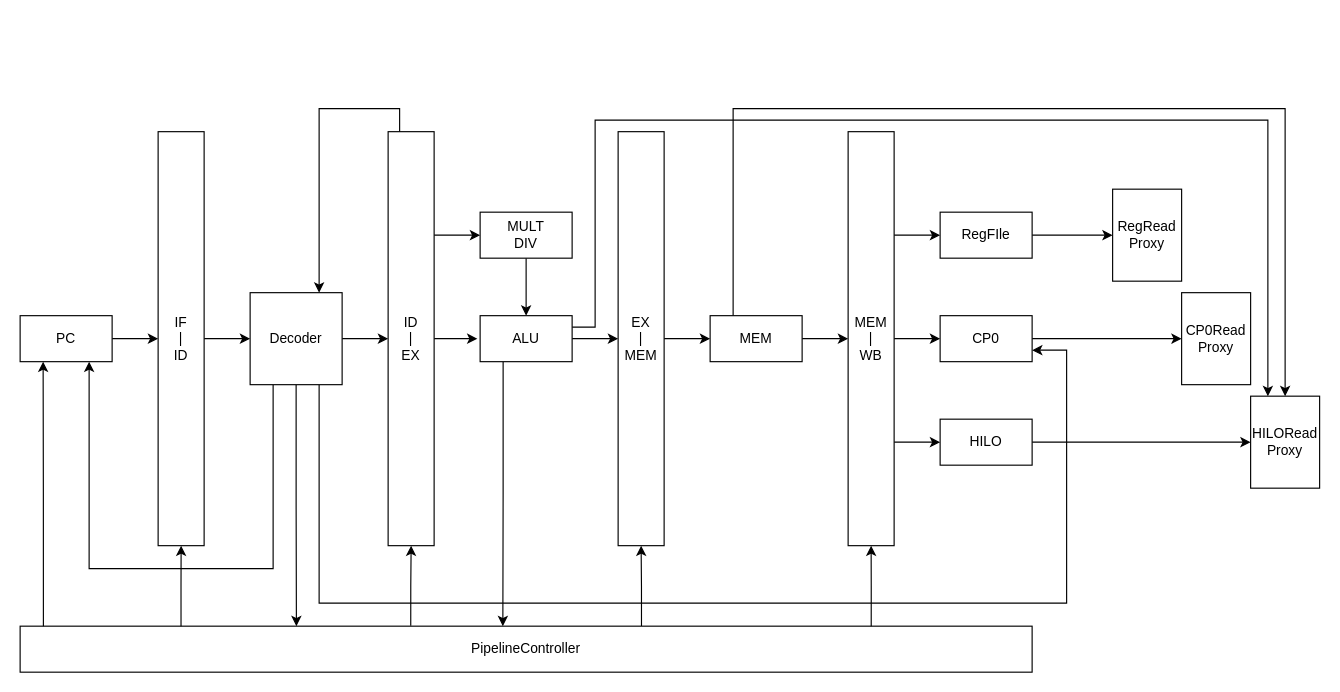
This is CS/TinyMIPS/TinyMIPSIII.drawio from umiskky/Diagrams, a draw.io file, before an edit. Source tidied: cells renumbered, new cells numbered last; positions are measured from the earlier drawing's top-left corner, leaving out a move shared by most shapes. Both pictures are drawn from the tidied source at 115%, with x=0, y=0 at pixel (20, 108).
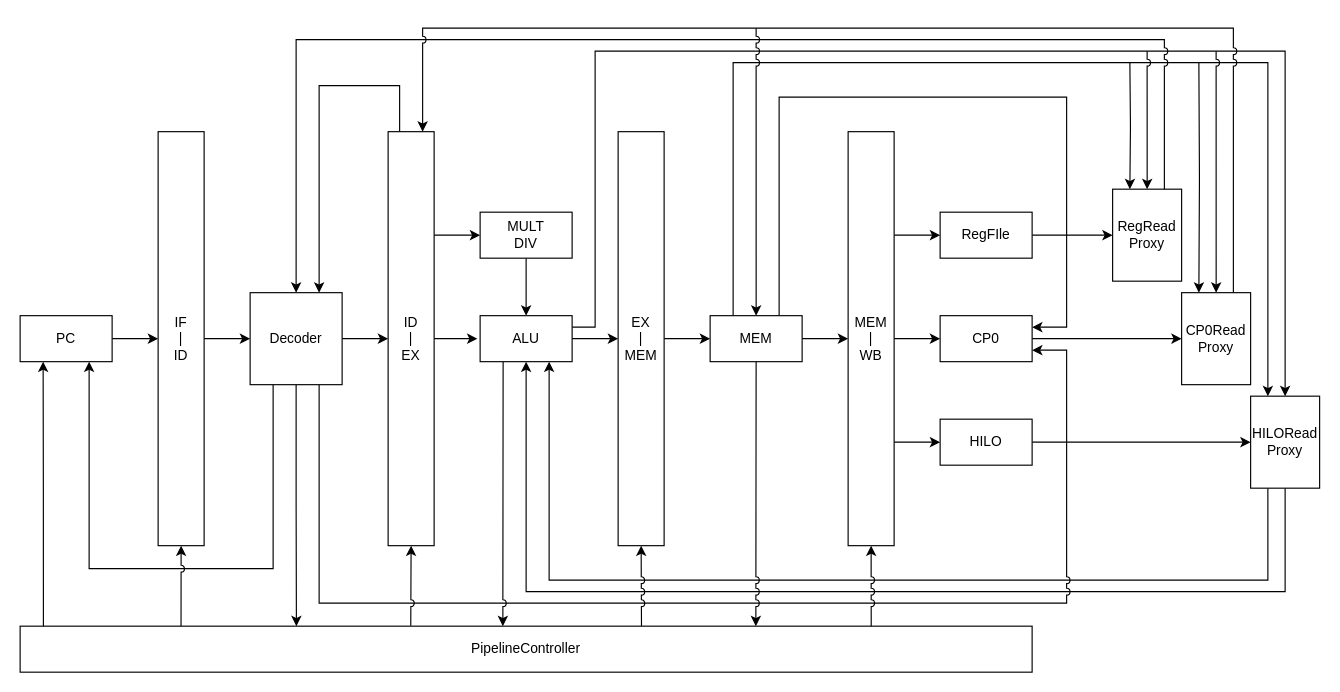
After the change.

The change refers to these unchanged cells:
```xml
<mxCell id="2" value="PipelineController" style="rounded=0;whiteSpace=wrap;html=1;direction=south;" parent="1" vertex="1">
  <mxGeometry y="450" width="880" height="40" as="geometry" />
</mxCell>
<mxCell id="5" value="PC" style="rounded=0;whiteSpace=wrap;html=1;" parent="1" vertex="1">
  <mxGeometry y="180" width="80" height="40" as="geometry" />
</mxCell>
<mxCell id="8" value="IF&lt;br&gt;|&lt;br&gt;ID" style="rounded=0;whiteSpace=wrap;html=1;" parent="1" vertex="1">
  <mxGeometry x="120" y="20" width="40" height="360" as="geometry" />
</mxCell>
<mxCell id="13" value="ID&lt;br&gt;|&lt;br&gt;EX" style="rounded=0;whiteSpace=wrap;html=1;" parent="1" vertex="1">
  <mxGeometry x="320" y="20" width="40" height="360" as="geometry" />
</mxCell>
<mxCell id="16" value="EX&lt;br&gt;|&lt;br&gt;MEM" style="rounded=0;whiteSpace=wrap;html=1;" parent="1" vertex="1">
  <mxGeometry x="520" y="20" width="40" height="360" as="geometry" />
</mxCell>
<mxCell id="21" value="MEM&lt;br&gt;|&lt;br&gt;WB" style="rounded=0;whiteSpace=wrap;html=1;" parent="1" vertex="1">
  <mxGeometry x="720" y="20" width="40" height="360" as="geometry" />
</mxCell>
<mxCell id="26" value="Decoder" style="rounded=0;whiteSpace=wrap;html=1;" parent="1" vertex="1">
  <mxGeometry x="200" y="160" width="80" height="80" as="geometry" />
</mxCell>
<mxCell id="32" value="ALU" style="rounded=0;whiteSpace=wrap;html=1;" parent="1" vertex="1">
  <mxGeometry x="400" y="180" width="80" height="40" as="geometry" />
</mxCell>
<mxCell id="35" value="MEM" style="rounded=0;whiteSpace=wrap;html=1;" parent="1" vertex="1">
  <mxGeometry x="600" y="180" width="80" height="40" as="geometry" />
</mxCell>
<mxCell id="39" value="CP0" style="rounded=0;whiteSpace=wrap;html=1;" parent="1" vertex="1">
  <mxGeometry x="800" y="180" width="80" height="40" as="geometry" />
</mxCell>
<mxCell id="42" value="RegRead&lt;br&gt;Proxy" style="rounded=0;whiteSpace=wrap;html=1;" parent="1" vertex="1">
  <mxGeometry x="950" y="70" width="60" height="80" as="geometry" />
</mxCell>
<mxCell id="43" value="CP0Read&lt;br&gt;Proxy" style="rounded=0;whiteSpace=wrap;html=1;" parent="1" vertex="1">
  <mxGeometry x="1010" y="160" width="60" height="80" as="geometry" />
</mxCell>
<mxCell id="44" value="HILORead&lt;br&gt;Proxy" style="rounded=0;whiteSpace=wrap;html=1;" parent="1" vertex="1">
  <mxGeometry x="1070" y="250" width="60" height="80" as="geometry" />
</mxCell>
```

Diff of the diagram source:
```diff
@@
+    <mxCell id="45" style="edgeStyle=orthogonalEdgeStyle;rounded=0;jettySize=auto;html=1;exitX=0.5;exitY=1;exitDx=0;exitDy=0;entryX=0.5;entryY=1;entryDx=0;entryDy=0;" parent="1" edge="1" source="44" target="32">
+      <mxGeometry relative="1" as="geometry">
+        <Array as="points">
+          <mxPoint x="1100" y="420" />
+          <mxPoint x="440" y="420" />
+        </Array>
+      </mxGeometry>
+    </mxCell>
+    <mxCell id="46" style="edgeStyle=orthogonalEdgeStyle;rounded=0;jettySize=auto;html=1;exitX=0.25;exitY=1;exitDx=0;exitDy=0;entryX=0.75;entryY=1;entryDx=0;entryDy=0;" parent="1" edge="1" source="44" target="32">
+      <mxGeometry relative="1" as="geometry">
+        <Array as="points">
+          <mxPoint x="1085" y="410" />
+          <mxPoint x="460" y="410" />
+        </Array>
+      </mxGeometry>
+    </mxCell>
+    <mxCell id="24" style="edgeStyle=orthogonalEdgeStyle;rounded=0;jettySize=auto;html=1;exitX=0.25;exitY=1;exitDx=0;exitDy=0;entryX=0.75;entryY=1;entryDx=0;entryDy=0;" parent="1" edge="1" source="26" target="5">
+      <mxGeometry relative="1" as="geometry">
+        <Array as="points">
+          <mxPoint x="220" y="400" />
+          <mxPoint x="60" y="400" />
+        </Array>
+      </mxGeometry>
+    </mxCell>
+    <mxCell id="25" style="edgeStyle=orthogonalEdgeStyle;rounded=0;jettySize=auto;html=1;exitX=0.75;exitY=1;exitDx=0;exitDy=0;entryX=1;entryY=0.75;entryDx=0;entryDy=0;jumpStyle=arc;" parent="1" edge="1" source="26" target="39">
+      <mxGeometry relative="1" as="geometry">
+        <Array as="points">
+          <mxPoint x="260" y="430" />
+          <mxPoint x="910" y="430" />
+          <mxPoint x="910" y="210" />
+        </Array>
+      </mxGeometry>
+    </mxCell>
+    <mxCell id="31" style="edgeStyle=orthogonalEdgeStyle;rounded=0;jettySize=auto;html=1;exitX=1;exitY=0.25;exitDx=0;exitDy=0;jumpStyle=arc;" parent="1" edge="1" source="32" target="44">
+      <mxGeometry relative="1" as="geometry">
+        <Array as="points">
+          <mxPoint x="500" y="190" />
+          <mxPoint x="500" y="-50" />
+          <mxPoint x="1100" y="-50" />
+        </Array>
+      </mxGeometry>
+    </mxCell>
+    <mxCell id="34" style="edgeStyle=orthogonalEdgeStyle;rounded=0;jettySize=auto;html=1;exitX=0.25;exitY=0;exitDx=0;exitDy=0;entryX=0.25;entryY=0;entryDx=0;entryDy=0;" parent="1" edge="1" source="35" target="44">
+      <mxGeometry relative="1" as="geometry">
+        <Array as="points">
+          <mxPoint x="620" y="-40" />
+          <mxPoint x="1085" y="-40" />
+        </Array>
+      </mxGeometry>
+    </mxCell>
@@
-    <mxCell id="7" style="edgeStyle=orthogonalEdgeStyle;rounded=0;jettySize=auto;html=1;exitX=0;exitY=0.841;exitDx=0;exitDy=0;entryX=0.5;entryY=1;entryDx=0;entryDy=0;exitPerimeter=0;" parent="1" edge="1" source="2" target="8">
+    <mxCell id="7" style="edgeStyle=orthogonalEdgeStyle;rounded=0;jettySize=auto;html=1;exitX=0;exitY=0.841;exitDx=0;exitDy=0;entryX=0.5;entryY=1;entryDx=0;entryDy=0;exitPerimeter=0;jumpStyle=arc;" parent="1" edge="1" source="2" target="8">
       <mxGeometry relative="1" as="geometry" />
     </mxCell>
@@
-    <mxCell id="11" style="edgeStyle=orthogonalEdgeStyle;rounded=0;jettySize=auto;html=1;exitX=-0.01;exitY=0.614;exitDx=0;exitDy=0;entryX=0.5;entryY=1;entryDx=0;entryDy=0;exitPerimeter=0;" parent="1" edge="1" source="2" target="13">
+    <mxCell id="11" style="edgeStyle=orthogonalEdgeStyle;rounded=0;jettySize=auto;html=1;exitX=-0.01;exitY=0.614;exitDx=0;exitDy=0;entryX=0.5;entryY=1;entryDx=0;entryDy=0;exitPerimeter=0;jumpStyle=arc;" parent="1" edge="1" source="2" target="13">
       <mxGeometry relative="1" as="geometry" />
     </mxCell>
     <mxCell id="12" style="edgeStyle=orthogonalEdgeStyle;rounded=0;jettySize=auto;html=1;exitX=0.25;exitY=0;exitDx=0;exitDy=0;entryX=0.75;entryY=0;entryDx=0;entryDy=0;" parent="1" edge="1" source="13" target="26">
-      <mxGeometry relative="1" as="geometry" />
+      <mxGeometry relative="1" as="geometry">
+        <Array as="points">
+          <mxPoint x="330" y="-20" />
+          <mxPoint x="260" y="-20" />
+        </Array>
+      </mxGeometry>
     </mxCell>
@@
-    <mxCell id="15" style="edgeStyle=orthogonalEdgeStyle;rounded=0;jettySize=auto;html=1;exitX=-0.003;exitY=0.386;exitDx=0;exitDy=0;entryX=0.5;entryY=1;entryDx=0;entryDy=0;exitPerimeter=0;" parent="1" edge="1" source="2" target="16">
+    <mxCell id="15" style="edgeStyle=orthogonalEdgeStyle;rounded=0;jettySize=auto;html=1;exitX=-0.003;exitY=0.386;exitDx=0;exitDy=0;entryX=0.5;entryY=1;entryDx=0;entryDy=0;exitPerimeter=0;jumpStyle=arc;" parent="1" edge="1" source="2" target="16">
       <mxGeometry relative="1" as="geometry" />
     </mxCell>
@@
-    <mxCell id="20" style="edgeStyle=orthogonalEdgeStyle;rounded=0;jettySize=auto;html=1;exitX=0;exitY=0.159;exitDx=0;exitDy=0;entryX=0.5;entryY=1;entryDx=0;entryDy=0;exitPerimeter=0;" parent="1" edge="1" source="2" target="21">
+    <mxCell id="20" style="edgeStyle=orthogonalEdgeStyle;rounded=0;jettySize=auto;html=1;exitX=0;exitY=0.159;exitDx=0;exitDy=0;entryX=0.5;entryY=1;entryDx=0;entryDy=0;exitPerimeter=0;jumpStyle=arc;" parent="1" edge="1" source="2" target="21">
       <mxGeometry relative="1" as="geometry" />
     </mxCell>
@@
-    <mxCell id="24" style="edgeStyle=orthogonalEdgeStyle;rounded=0;jettySize=auto;html=1;exitX=0.25;exitY=1;exitDx=0;exitDy=0;entryX=0.75;entryY=1;entryDx=0;entryDy=0;" parent="1" edge="1" source="26" target="5">
-      <mxGeometry relative="1" as="geometry">
-        <Array as="points">
-          <mxPoint x="220" y="400" />
-          <mxPoint x="60" y="400" />
-        </Array>
-      </mxGeometry>
-    </mxCell>
-    <mxCell id="25" style="edgeStyle=orthogonalEdgeStyle;rounded=0;jettySize=auto;html=1;exitX=0.75;exitY=1;exitDx=0;exitDy=0;entryX=1;entryY=0.75;entryDx=0;entryDy=0;" parent="1" edge="1" source="26" target="39">
-      <mxGeometry relative="1" as="geometry">
-        <Array as="points">
-          <mxPoint x="260" y="430" />
-          <mxPoint x="910" y="430" />
-          <mxPoint x="910" y="210" />
-        </Array>
-      </mxGeometry>
-    </mxCell>
@@
-    <mxCell id="30" style="edgeStyle=orthogonalEdgeStyle;rounded=0;jettySize=auto;html=1;exitX=0.25;exitY=1;exitDx=0;exitDy=0;entryX=0;entryY=0.523;entryDx=0;entryDy=0;entryPerimeter=0;" parent="1" edge="1" source="32" target="2">
+    <mxCell id="30" style="edgeStyle=orthogonalEdgeStyle;rounded=0;jettySize=auto;html=1;exitX=0.25;exitY=1;exitDx=0;exitDy=0;entryX=0;entryY=0.523;entryDx=0;entryDy=0;entryPerimeter=0;jumpStyle=arc;" parent="1" edge="1" source="32" target="2">
       <mxGeometry relative="1" as="geometry" />
     </mxCell>
-    <mxCell id="31" style="edgeStyle=orthogonalEdgeStyle;rounded=0;jettySize=auto;html=1;exitX=1;exitY=0.25;exitDx=0;exitDy=0;entryX=0.25;entryY=0;entryDx=0;entryDy=0;" parent="1" edge="1" source="32" target="44">
-      <mxGeometry relative="1" as="geometry">
-        <Array as="points">
-          <mxPoint x="500" y="190" />
-          <mxPoint x="500" y="10" />
-          <mxPoint x="1085" y="10" />
-        </Array>
-      </mxGeometry>
-    </mxCell>
@@
-    <mxCell id="34" style="edgeStyle=orthogonalEdgeStyle;rounded=0;jettySize=auto;html=1;exitX=0.25;exitY=0;exitDx=0;exitDy=0;entryX=0.5;entryY=0;entryDx=0;entryDy=0;" parent="1" edge="1" source="35" target="44">
-      <mxGeometry relative="1" as="geometry">
-        <Array as="points">
-          <mxPoint x="620" />
-          <mxPoint x="1100" />
-        </Array>
-      </mxGeometry>
-    </mxCell>
+    <mxCell id="47" style="edgeStyle=orthogonalEdgeStyle;rounded=0;jettySize=auto;html=1;exitX=0.5;exitY=1;exitDx=0;exitDy=0;entryX=0;entryY=0.273;entryDx=0;entryDy=0;entryPerimeter=0;jumpStyle=arc;" parent="1" edge="1" source="35" target="2">
+      <mxGeometry relative="1" as="geometry" />
+    </mxCell>
+    <mxCell id="48" style="edgeStyle=orthogonalEdgeStyle;rounded=0;jettySize=auto;html=1;exitX=0.75;exitY=0;exitDx=0;exitDy=0;entryX=1;entryY=0.25;entryDx=0;entryDy=0;" parent="1" edge="1" source="35" target="39">
+      <mxGeometry relative="1" as="geometry">
+        <Array as="points">
+          <mxPoint x="660" y="-10" />
+          <mxPoint x="910" y="-10" />
+          <mxPoint x="910" y="190" />
+        </Array>
+      </mxGeometry>
+    </mxCell>
@@
+    <mxCell id="49" style="edgeStyle=orthogonalEdgeStyle;rounded=0;jettySize=auto;html=1;exitX=0.25;exitY=0;exitDx=0;exitDy=0;entryX=0.25;entryY=0;entryDx=0;entryDy=0;" parent="1" edge="1" target="42">
+      <mxGeometry relative="1" as="geometry">
+        <mxPoint x="965" y="-40" as="sourcePoint" />
+      </mxGeometry>
+    </mxCell>
@@
+    <mxCell id="50" style="edgeStyle=orthogonalEdgeStyle;rounded=0;jettySize=auto;html=1;exitX=0.25;exitY=0;exitDx=0;exitDy=0;entryX=0.25;entryY=0;entryDx=0;entryDy=0;" parent="1" edge="1" target="43">
+      <mxGeometry relative="1" as="geometry">
+        <mxPoint x="1025" y="-40" as="sourcePoint" />
+      </mxGeometry>
+    </mxCell>
@@
+    <mxCell id="51" style="edgeStyle=orthogonalEdgeStyle;rounded=0;jettySize=auto;html=1;exitX=0.5;exitY=0;exitDx=0;exitDy=0;entryX=0.5;entryY=0;entryDx=0;entryDy=0;jumpStyle=arc;" parent="1" edge="1" target="42">
+      <mxGeometry relative="1" as="geometry">
+        <mxPoint x="980" y="-50" as="sourcePoint" />
+      </mxGeometry>
+    </mxCell>
+    <mxCell id="52" style="edgeStyle=orthogonalEdgeStyle;rounded=0;jettySize=auto;html=1;exitX=0.5;exitY=0;exitDx=0;exitDy=0;entryX=0.5;entryY=0;entryDx=0;entryDy=0;jumpStyle=arc;" parent="1" edge="1" target="43">
+      <mxGeometry relative="1" as="geometry">
+        <mxPoint x="1040" y="-50" as="sourcePoint" />
+      </mxGeometry>
+    </mxCell>
+    <mxCell id="53" style="edgeStyle=orthogonalEdgeStyle;rounded=0;jettySize=auto;html=1;exitX=0.75;exitY=0;exitDx=0;exitDy=0;entryX=0.5;entryY=0;entryDx=0;entryDy=0;jumpStyle=arc;" parent="1" edge="1" source="42" target="26">
+      <mxGeometry relative="1" as="geometry">
+        <Array as="points">
+          <mxPoint x="995" y="-60" />
+          <mxPoint x="240" y="-60" />
+        </Array>
+      </mxGeometry>
+    </mxCell>
+    <mxCell id="54" style="edgeStyle=orthogonalEdgeStyle;rounded=0;jettySize=auto;html=1;exitX=0.75;exitY=0;exitDx=0;exitDy=0;entryX=0.75;entryY=0;entryDx=0;entryDy=0;jumpStyle=arc;" parent="1" edge="1" source="43" target="13">
+      <mxGeometry relative="1" as="geometry">
+        <Array as="points">
+          <mxPoint x="1055" y="-70" />
+          <mxPoint x="350" y="-70" />
+        </Array>
+      </mxGeometry>
+    </mxCell>
+    <mxCell id="55" style="edgeStyle=orthogonalEdgeStyle;rounded=0;jettySize=auto;html=1;entryX=0.5;entryY=0;entryDx=0;entryDy=0;jumpStyle=arc;" parent="1" edge="1" target="35">
+      <mxGeometry relative="1" as="geometry">
+        <mxPoint x="640" y="-70" as="sourcePoint" />
+      </mxGeometry>
+    </mxCell>
```
